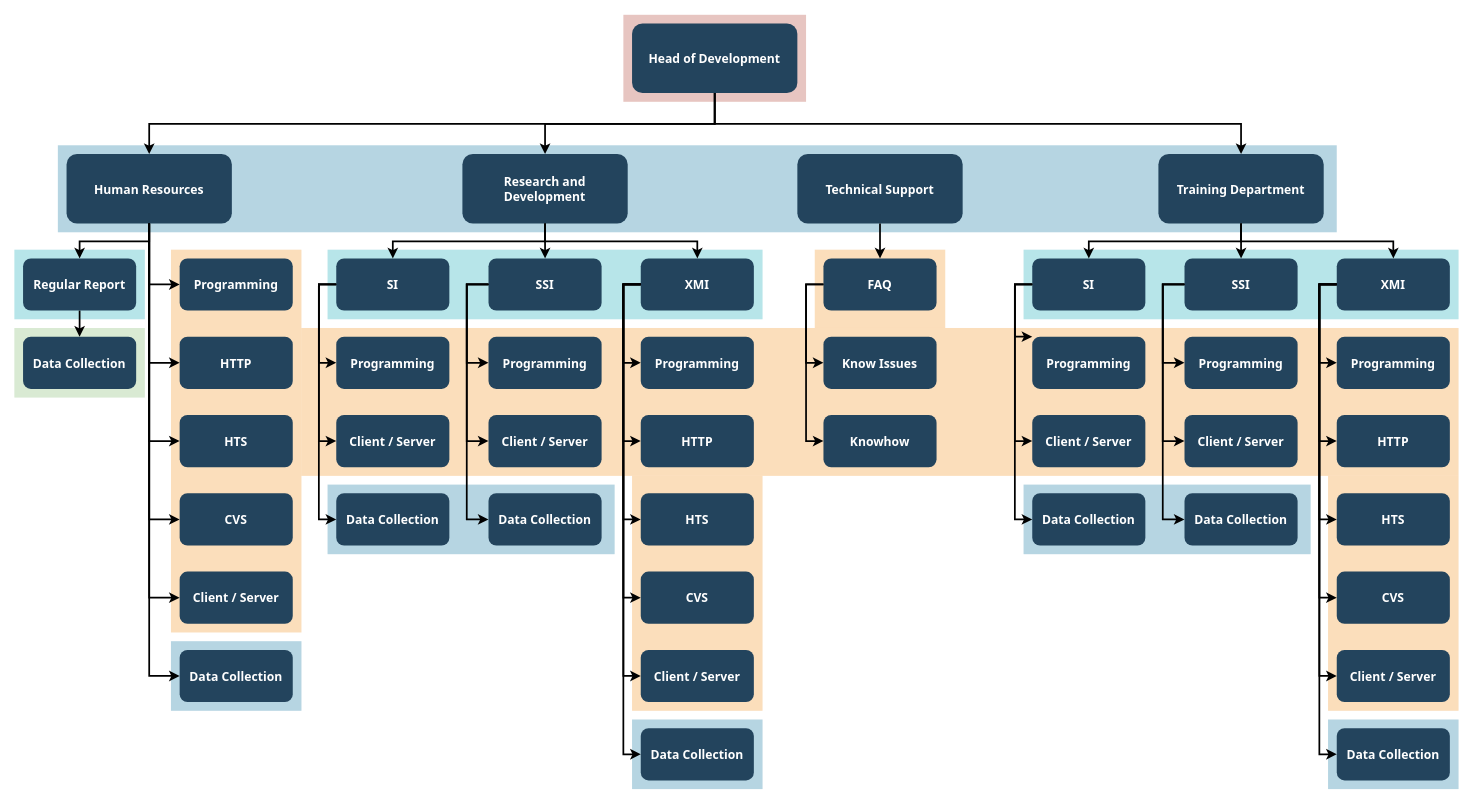
UrsaMinoR3/INSIGHTS keeps this draw.io diagram as SalesForce/Untitled Diagram.drawio. Above is the earlier version. Source tidied: cells renumbered, new cells numbered last; positions are measured from the earlier drawing's top-left corner, leaving out a move shared by most shapes. Both pictures are drawn from the tidied source at 87%, with x=0, y=0 at pixel (14, 15).
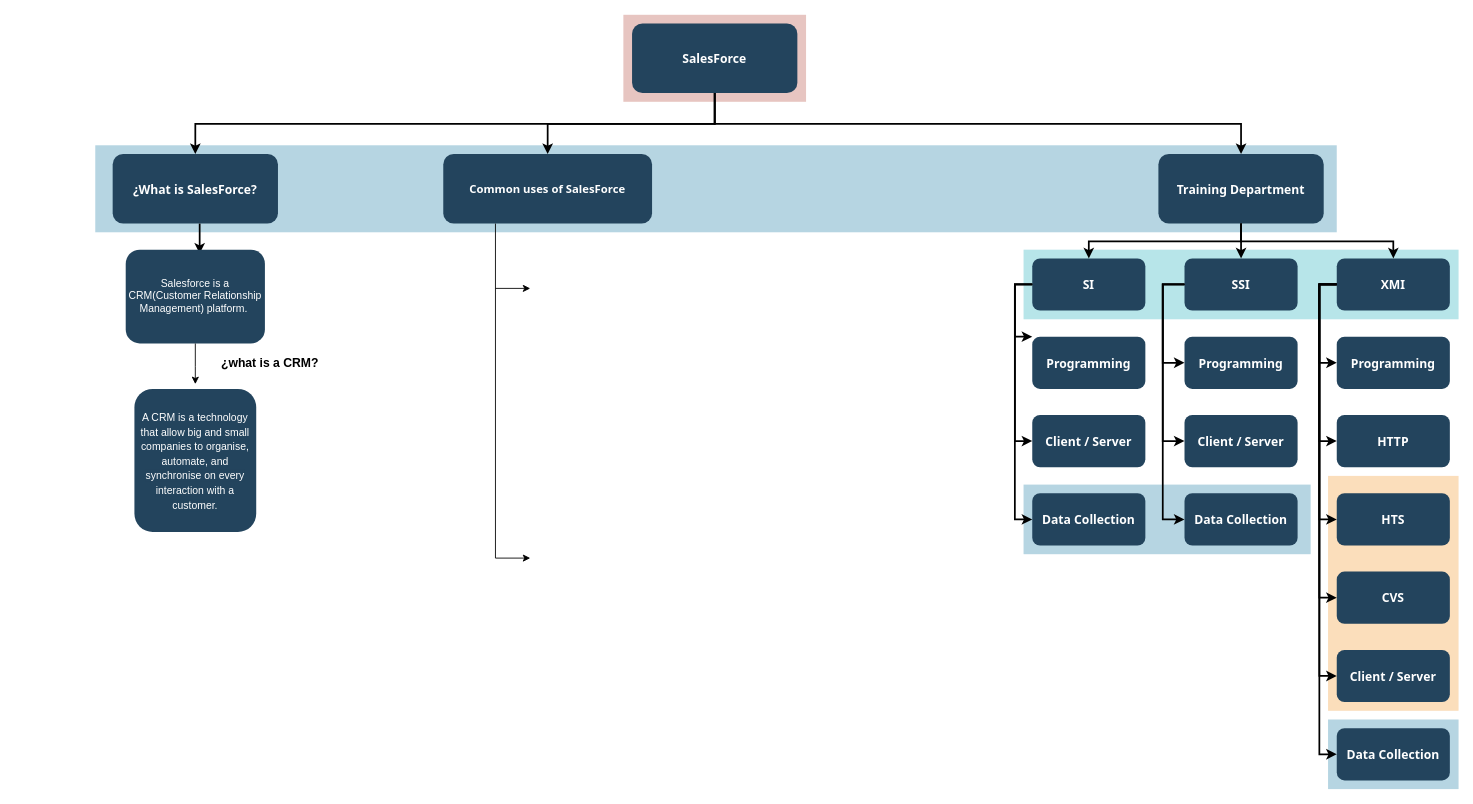
The same page after the edit.

Diff of the diagram source:
```diff
@@
     <mxCell id="3" style="fillColor=#10739E;strokeColor=none;opacity=30;" parent="1" vertex="1">
-      <mxGeometry x="50" y="149.5" width="1470" height="100" as="geometry" />
+      <mxGeometry x="93" y="149.5" width="1427" height="100" as="geometry" />
     </mxCell>
@@
-    <mxCell id="5" style="fillColor=#F2931E;strokeColor=none;opacity=30;" parent="1" vertex="1">
-      <mxGeometry x="920" y="269.5" width="150" height="90" as="geometry" />
-    </mxCell>
-    <mxCell id="6" style="fillColor=#F2931E;strokeColor=none;opacity=30;" parent="1" vertex="1">
-      <mxGeometry x="710" y="529.5" width="150" height="270" as="geometry" />
-    </mxCell>
-    <mxCell id="7" style="fillColor=#F2931E;strokeColor=none;opacity=30;" parent="1" vertex="1">
-      <mxGeometry x="180" y="269.5" width="150" height="440" as="geometry" />
-    </mxCell>
-    <mxCell id="8" style="fillColor=#F2931E;strokeColor=none;opacity=30;" parent="1" vertex="1">
-      <mxGeometry x="330" y="359.5" width="1330" height="170" as="geometry" />
-    </mxCell>
@@
-    <mxCell id="11" style="fillColor=#10739E;strokeColor=none;opacity=30;" parent="1" vertex="1">
-      <mxGeometry x="710" y="809.5" width="150" height="80" as="geometry" />
-    </mxCell>
-    <mxCell id="12" style="fillColor=#10739E;strokeColor=none;opacity=30;" parent="1" vertex="1">
-      <mxGeometry x="360" y="539.5" width="330" height="80" as="geometry" />
-    </mxCell>
-    <mxCell id="13" style="fillColor=#10739E;strokeColor=none;opacity=30;" parent="1" vertex="1">
-      <mxGeometry x="180" y="719.5" width="150" height="80" as="geometry" />
-    </mxCell>
-    <mxCell id="14" style="fillColor=#D9EAD3;strokeColor=none;" parent="1" vertex="1">
-      <mxGeometry y="359.5" width="150" height="80" as="geometry" />
-    </mxCell>
@@
-    <mxCell id="16" style="fillColor=#12AAB5;strokeColor=none;opacity=30;" parent="1" vertex="1">
-      <mxGeometry x="360" y="269.5" width="500" height="80" as="geometry" />
-    </mxCell>
-    <mxCell id="17" style="fillColor=#12AAB5;strokeColor=none;opacity=30;" parent="1" vertex="1">
-      <mxGeometry y="269.5" width="150" height="80" as="geometry" />
-    </mxCell>
-    <mxCell id="18" value="Head of Development" style="rounded=1;fillColor=#23445D;gradientColor=none;strokeColor=none;fontColor=#FFFFFF;fontStyle=1;fontFamily=Tahoma;fontSize=14;" parent="1" vertex="1">
+    <mxCell id="18" value="SalesForce" style="rounded=1;fillColor=#23445D;gradientColor=none;strokeColor=none;fontColor=#FFFFFF;fontStyle=1;fontFamily=Tahoma;fontSize=14;" parent="1" vertex="1">
       <mxGeometry x="710" y="9.5" width="190" height="80" as="geometry" />
     </mxCell>
@@
-    <mxCell id="21" value="Technical Support" style="rounded=1;fillColor=#23445D;gradientColor=none;strokeColor=none;fontColor=#FFFFFF;fontStyle=1;fontFamily=Tahoma;fontSize=14;" parent="1" vertex="1">
-      <mxGeometry x="900" y="159.5" width="190" height="80" as="geometry" />
-    </mxCell>
-    <mxCell id="22" value="Research and &#10;Development" style="rounded=1;fillColor=#23445D;gradientColor=none;strokeColor=none;fontColor=#FFFFFF;fontStyle=1;fontFamily=Tahoma;fontSize=14;" parent="1" vertex="1">
-      <mxGeometry x="515" y="159.5" width="190" height="80" as="geometry" />
+    <mxCell id="22" value="Common uses of SalesForce" style="rounded=1;fillColor=#23445D;gradientColor=none;strokeColor=none;fontColor=#FFFFFF;fontStyle=1;fontFamily=Tahoma;fontSize=13;" parent="1" vertex="1">
+      <mxGeometry x="493" y="159.5" width="240" height="80" as="geometry" />
     </mxCell>
-    <mxCell id="23" value="Human Resources" style="rounded=1;fillColor=#23445D;gradientColor=none;strokeColor=none;fontColor=#FFFFFF;fontStyle=1;fontFamily=Tahoma;fontSize=14;" parent="1" vertex="1">
-      <mxGeometry x="60" y="159.5" width="190" height="80" as="geometry" />
+    <mxCell id="23" value="¿What is SalesForce?" style="rounded=1;fillColor=#23445D;gradientColor=none;strokeColor=none;fontColor=#FFFFFF;fontStyle=1;fontFamily=Tahoma;fontSize=14;" parent="1" vertex="1">
+      <mxGeometry x="113" y="159.5" width="190" height="80" as="geometry" />
     </mxCell>
-    <mxCell id="24" value="Regular Report" style="rounded=1;fillColor=#23445D;gradientColor=none;strokeColor=none;fontColor=#FFFFFF;fontStyle=1;fontFamily=Tahoma;fontSize=14;" parent="1" vertex="1">
-      <mxGeometry x="10" y="279.5" width="130" height="60" as="geometry" />
-    </mxCell>
-    <mxCell id="25" value="Data Collection" style="rounded=1;fillColor=#23445D;gradientColor=none;strokeColor=none;fontColor=#FFFFFF;fontStyle=1;fontFamily=Tahoma;fontSize=14;" parent="1" vertex="1">
-      <mxGeometry x="10" y="369.5" width="130" height="60" as="geometry" />
-    </mxCell>
-    <mxCell id="26" value="Programming" style="rounded=1;fillColor=#23445D;gradientColor=none;strokeColor=none;fontColor=#FFFFFF;fontStyle=1;fontFamily=Tahoma;fontSize=14;" parent="1" vertex="1">
-      <mxGeometry x="190" y="279.5" width="130" height="60" as="geometry" />
-    </mxCell>
-    <mxCell id="27" value="HTTP" style="rounded=1;fillColor=#23445D;gradientColor=none;strokeColor=none;fontColor=#FFFFFF;fontStyle=1;fontFamily=Tahoma;fontSize=14;" parent="1" vertex="1">
-      <mxGeometry x="190" y="369.5" width="130" height="60" as="geometry" />
-    </mxCell>
-    <mxCell id="28" value="HTS" style="rounded=1;fillColor=#23445D;gradientColor=none;strokeColor=none;fontColor=#FFFFFF;fontStyle=1;fontFamily=Tahoma;fontSize=14;" parent="1" vertex="1">
-      <mxGeometry x="190" y="459.5" width="130" height="60" as="geometry" />
-    </mxCell>
-    <mxCell id="29" value="CVS" style="rounded=1;fillColor=#23445D;gradientColor=none;strokeColor=none;fontColor=#FFFFFF;fontStyle=1;fontFamily=Tahoma;fontSize=14;" parent="1" vertex="1">
-      <mxGeometry x="190" y="549.5" width="130" height="60" as="geometry" />
-    </mxCell>
-    <mxCell id="30" value="Client / Server" style="rounded=1;fillColor=#23445D;gradientColor=none;strokeColor=none;fontColor=#FFFFFF;fontStyle=1;fontFamily=Tahoma;fontSize=14;" parent="1" vertex="1">
-      <mxGeometry x="190" y="639.5" width="130" height="60" as="geometry" />
-    </mxCell>
-    <mxCell id="31" value="Data Collection" style="rounded=1;fillColor=#23445D;gradientColor=none;strokeColor=none;fontColor=#FFFFFF;fontStyle=1;fontFamily=Tahoma;fontSize=14;" parent="1" vertex="1">
-      <mxGeometry x="190" y="729.5" width="130" height="60" as="geometry" />
-    </mxCell>
-    <mxCell id="32" value="SI" style="rounded=1;fillColor=#23445D;gradientColor=none;strokeColor=none;fontColor=#FFFFFF;fontStyle=1;fontFamily=Tahoma;fontSize=14;" parent="1" vertex="1">
-      <mxGeometry x="370" y="279.5" width="130" height="60" as="geometry" />
-    </mxCell>
-    <mxCell id="33" value="Programming" style="rounded=1;fillColor=#23445D;gradientColor=none;strokeColor=none;fontColor=#FFFFFF;fontStyle=1;fontFamily=Tahoma;fontSize=14;" parent="1" vertex="1">
-      <mxGeometry x="370" y="369.5" width="130" height="60" as="geometry" />
-    </mxCell>
-    <mxCell id="34" value="Client / Server" style="rounded=1;fillColor=#23445D;gradientColor=none;strokeColor=none;fontColor=#FFFFFF;fontStyle=1;fontFamily=Tahoma;fontSize=14;" parent="1" vertex="1">
-      <mxGeometry x="370" y="459.5" width="130" height="60" as="geometry" />
-    </mxCell>
-    <mxCell id="35" value="Data Collection" style="rounded=1;fillColor=#23445D;gradientColor=none;strokeColor=none;fontColor=#FFFFFF;fontStyle=1;fontFamily=Tahoma;fontSize=14;" parent="1" vertex="1">
-      <mxGeometry x="370" y="549.5" width="130" height="60" as="geometry" />
-    </mxCell>
-    <mxCell id="36" value="SSI" style="rounded=1;fillColor=#23445D;gradientColor=none;strokeColor=none;fontColor=#FFFFFF;fontStyle=1;fontFamily=Tahoma;fontSize=14;" parent="1" vertex="1">
-      <mxGeometry x="545" y="279.5" width="130" height="60" as="geometry" />
-    </mxCell>
-    <mxCell id="37" value="Programming" style="rounded=1;fillColor=#23445D;gradientColor=none;strokeColor=none;fontColor=#FFFFFF;fontStyle=1;fontFamily=Tahoma;fontSize=14;" parent="1" vertex="1">
-      <mxGeometry x="545" y="369.5" width="130" height="60" as="geometry" />
-    </mxCell>
-    <mxCell id="38" value="Client / Server" style="rounded=1;fillColor=#23445D;gradientColor=none;strokeColor=none;fontColor=#FFFFFF;fontStyle=1;fontFamily=Tahoma;fontSize=14;" parent="1" vertex="1">
-      <mxGeometry x="545" y="459.5" width="130" height="60" as="geometry" />
-    </mxCell>
-    <mxCell id="39" value="Data Collection" style="rounded=1;fillColor=#23445D;gradientColor=none;strokeColor=none;fontColor=#FFFFFF;fontStyle=1;fontFamily=Tahoma;fontSize=14;" parent="1" vertex="1">
-      <mxGeometry x="545" y="549.5" width="130" height="60" as="geometry" />
-    </mxCell>
-    <mxCell id="40" value="XMI" style="rounded=1;fillColor=#23445D;gradientColor=none;strokeColor=none;fontColor=#FFFFFF;fontStyle=1;fontFamily=Tahoma;fontSize=14;" parent="1" vertex="1">
-      <mxGeometry x="720" y="279.5" width="130" height="60" as="geometry" />
-    </mxCell>
-    <mxCell id="41" value="Programming" style="rounded=1;fillColor=#23445D;gradientColor=none;strokeColor=none;fontColor=#FFFFFF;fontStyle=1;fontFamily=Tahoma;fontSize=14;" parent="1" vertex="1">
-      <mxGeometry x="720" y="369.5" width="130" height="60" as="geometry" />
-    </mxCell>
-    <mxCell id="42" value="HTTP" style="rounded=1;fillColor=#23445D;gradientColor=none;strokeColor=none;fontColor=#FFFFFF;fontStyle=1;fontFamily=Tahoma;fontSize=14;" parent="1" vertex="1">
-      <mxGeometry x="720" y="459.5" width="130" height="60" as="geometry" />
-    </mxCell>
-    <mxCell id="43" value="HTS" style="rounded=1;fillColor=#23445D;gradientColor=none;strokeColor=none;fontColor=#FFFFFF;fontStyle=1;fontFamily=Tahoma;fontSize=14;" parent="1" vertex="1">
-      <mxGeometry x="720" y="549.5" width="130" height="60" as="geometry" />
-    </mxCell>
-    <mxCell id="44" value="CVS" style="rounded=1;fillColor=#23445D;gradientColor=none;strokeColor=none;fontColor=#FFFFFF;fontStyle=1;fontFamily=Tahoma;fontSize=14;" parent="1" vertex="1">
-      <mxGeometry x="720" y="639.5" width="130" height="60" as="geometry" />
-    </mxCell>
-    <mxCell id="45" value="Client / Server" style="rounded=1;fillColor=#23445D;gradientColor=none;strokeColor=none;fontColor=#FFFFFF;fontStyle=1;fontFamily=Tahoma;fontSize=14;" parent="1" vertex="1">
-      <mxGeometry x="720" y="729.5" width="130" height="60" as="geometry" />
-    </mxCell>
-    <mxCell id="46" value="Data Collection" style="rounded=1;fillColor=#23445D;gradientColor=none;strokeColor=none;fontColor=#FFFFFF;fontStyle=1;fontFamily=Tahoma;fontSize=14;" parent="1" vertex="1">
-      <mxGeometry x="720" y="819.5" width="130" height="60" as="geometry" />
-    </mxCell>
-    <mxCell id="47" value="FAQ" style="rounded=1;fillColor=#23445D;gradientColor=none;strokeColor=none;fontColor=#FFFFFF;fontStyle=1;fontFamily=Tahoma;fontSize=14;" parent="1" vertex="1">
-      <mxGeometry x="930" y="279.5" width="130" height="60" as="geometry" />
-    </mxCell>
-    <mxCell id="48" value="Know Issues" style="rounded=1;fillColor=#23445D;gradientColor=none;strokeColor=none;fontColor=#FFFFFF;fontStyle=1;fontFamily=Tahoma;fontSize=14;" parent="1" vertex="1">
-      <mxGeometry x="930" y="369.5" width="130" height="60" as="geometry" />
-    </mxCell>
-    <mxCell id="49" value="Knowhow" style="rounded=1;fillColor=#23445D;gradientColor=none;strokeColor=none;fontColor=#FFFFFF;fontStyle=1;fontFamily=Tahoma;fontSize=14;" parent="1" vertex="1">
-      <mxGeometry x="930" y="459.5" width="130" height="60" as="geometry" />
-    </mxCell>
@@
-    <mxCell id="67" style="edgeStyle=elbowEdgeStyle;elbow=vertical;strokeWidth=2;rounded=0;" parent="1" edge="1" source="23" target="24">
-      <mxGeometry x="-23" y="135.5" as="geometry" />
+    <mxCell id="67" style="edgeStyle=elbowEdgeStyle;elbow=vertical;strokeWidth=2;rounded=0;" parent="1" edge="1" source="23">
+      <mxGeometry x="-23" y="135.5" as="geometry">
+        <mxPoint x="213" y="274" as="targetPoint" />
+        <Array as="points">
+          <mxPoint x="213" y="264" />
+          <mxPoint x="155" y="264" />
+        </Array>
+      </mxGeometry>
     </mxCell>
-    <mxCell id="68" style="edgeStyle=elbowEdgeStyle;elbow=horizontal;strokeWidth=2;rounded=0;" parent="1" edge="1" source="23" target="26">
-      <mxGeometry x="-23" y="135.5" as="geometry">
-        <Array as="points">
-          <mxPoint x="155" y="259.5" />
-        </Array>
-      </mxGeometry>
-    </mxCell>
-    <mxCell id="69" style="edgeStyle=elbowEdgeStyle;elbow=horizontal;strokeWidth=2;rounded=0;" parent="1" edge="1" source="23" target="27">
-      <mxGeometry x="-23" y="135.5" as="geometry">
-        <Array as="points">
-          <mxPoint x="155" y="299.5" />
-        </Array>
-      </mxGeometry>
-    </mxCell>
-    <mxCell id="70" style="edgeStyle=elbowEdgeStyle;elbow=horizontal;strokeWidth=2;rounded=0;" parent="1" edge="1" source="23" target="28">
-      <mxGeometry x="-23" y="135.5" as="geometry">
-        <Array as="points">
-          <mxPoint x="155" y="349.5" />
-        </Array>
-      </mxGeometry>
-    </mxCell>
-    <mxCell id="71" style="edgeStyle=elbowEdgeStyle;elbow=horizontal;strokeWidth=2;rounded=0;" parent="1" edge="1" source="23" target="29">
-      <mxGeometry x="-23" y="135.5" as="geometry">
-        <Array as="points">
-          <mxPoint x="155" y="399.5" />
-        </Array>
-      </mxGeometry>
-    </mxCell>
-    <mxCell id="72" style="edgeStyle=elbowEdgeStyle;elbow=horizontal;strokeWidth=2;rounded=0;" parent="1" edge="1" source="23" target="30">
-      <mxGeometry x="-23" y="135.5" as="geometry">
-        <Array as="points">
-          <mxPoint x="155" y="439.5" />
-        </Array>
-      </mxGeometry>
-    </mxCell>
-    <mxCell id="73" style="edgeStyle=elbowEdgeStyle;elbow=horizontal;strokeWidth=2;rounded=0;" parent="1" edge="1" source="23" target="31">
-      <mxGeometry x="-23" y="135.5" as="geometry">
-        <Array as="points">
-          <mxPoint x="155" y="489.5" />
-        </Array>
-      </mxGeometry>
-    </mxCell>
-    <mxCell id="74" style="edgeStyle=elbowEdgeStyle;elbow=horizontal;strokeWidth=2;rounded=0;" parent="1" edge="1" source="32" target="33">
-      <mxGeometry x="-23" y="135.5" as="geometry">
-        <Array as="points">
-          <mxPoint x="350" y="359.5" />
-        </Array>
-      </mxGeometry>
-    </mxCell>
-    <mxCell id="75" style="edgeStyle=elbowEdgeStyle;elbow=horizontal;strokeWidth=2;rounded=0;" parent="1" edge="1" source="32" target="34">
-      <mxGeometry x="-23" y="135.5" as="geometry">
-        <Array as="points">
-          <mxPoint x="350" y="399.5" />
-        </Array>
-      </mxGeometry>
-    </mxCell>
-    <mxCell id="76" style="edgeStyle=elbowEdgeStyle;elbow=horizontal;strokeWidth=2;rounded=0;" parent="1" edge="1" source="32" target="35">
-      <mxGeometry x="-23" y="135.5" as="geometry">
-        <Array as="points">
-          <mxPoint x="350" y="439.5" />
-        </Array>
-      </mxGeometry>
-    </mxCell>
-    <mxCell id="77" style="edgeStyle=elbowEdgeStyle;elbow=horizontal;strokeWidth=2;rounded=0;" parent="1" edge="1" source="36" target="37">
-      <mxGeometry x="-23" y="135.5" as="geometry">
-        <Array as="points">
-          <mxPoint x="520" y="359.5" />
-        </Array>
-      </mxGeometry>
-    </mxCell>
-    <mxCell id="78" style="edgeStyle=elbowEdgeStyle;elbow=horizontal;strokeWidth=2;rounded=0;" parent="1" edge="1" source="36" target="38">
-      <mxGeometry x="-23" y="135.5" as="geometry">
-        <Array as="points">
-          <mxPoint x="520" y="399.5" />
-        </Array>
-      </mxGeometry>
-    </mxCell>
-    <mxCell id="79" style="edgeStyle=elbowEdgeStyle;elbow=horizontal;strokeWidth=2;rounded=0;" parent="1" edge="1" source="36" target="39">
-      <mxGeometry x="-23" y="135.5" as="geometry">
-        <Array as="points">
-          <mxPoint x="520" y="439.5" />
-        </Array>
-      </mxGeometry>
-    </mxCell>
-    <mxCell id="80" style="edgeStyle=elbowEdgeStyle;elbow=horizontal;strokeWidth=2;rounded=0;" parent="1" edge="1" source="40" target="41">
-      <mxGeometry x="-23" y="135.5" as="geometry">
-        <Array as="points">
-          <mxPoint x="700" y="359.5" />
-        </Array>
-      </mxGeometry>
-    </mxCell>
-    <mxCell id="81" style="edgeStyle=elbowEdgeStyle;elbow=horizontal;strokeWidth=2;rounded=0;" parent="1" edge="1" source="40" target="42">
-      <mxGeometry x="-23" y="135.5" as="geometry">
-        <Array as="points">
-          <mxPoint x="700" y="399.5" />
-        </Array>
-      </mxGeometry>
-    </mxCell>
-    <mxCell id="82" style="edgeStyle=elbowEdgeStyle;elbow=horizontal;strokeWidth=2;rounded=0;" parent="1" edge="1" source="40" target="43">
-      <mxGeometry x="-23" y="135.5" as="geometry">
-        <Array as="points">
-          <mxPoint x="700" y="449.5" />
-        </Array>
-      </mxGeometry>
-    </mxCell>
-    <mxCell id="83" style="edgeStyle=elbowEdgeStyle;elbow=horizontal;strokeWidth=2;rounded=0;" parent="1" edge="1" source="40" target="44">
-      <mxGeometry x="-23" y="135.5" as="geometry">
-        <Array as="points">
-          <mxPoint x="700" y="489.5" />
-        </Array>
-      </mxGeometry>
-    </mxCell>
-    <mxCell id="84" style="edgeStyle=elbowEdgeStyle;elbow=horizontal;strokeWidth=2;rounded=0;" parent="1" edge="1" source="40" target="45">
-      <mxGeometry x="-23" y="135.5" as="geometry">
-        <Array as="points">
-          <mxPoint x="700" y="529.5" />
-        </Array>
-      </mxGeometry>
-    </mxCell>
-    <mxCell id="85" style="edgeStyle=elbowEdgeStyle;elbow=horizontal;strokeWidth=2;rounded=0;" parent="1" edge="1" source="40" target="46">
-      <mxGeometry x="-23" y="135.5" as="geometry">
-        <Array as="points">
-          <mxPoint x="700" y="579.5" />
-        </Array>
-      </mxGeometry>
-    </mxCell>
-    <mxCell id="86" style="edgeStyle=elbowEdgeStyle;elbow=horizontal;strokeWidth=2;rounded=0;" parent="1" edge="1" source="47" target="48">
-      <mxGeometry x="-23" y="135.5" as="geometry">
-        <Array as="points">
-          <mxPoint x="910" y="359.5" />
-        </Array>
-      </mxGeometry>
-    </mxCell>
-    <mxCell id="87" style="edgeStyle=elbowEdgeStyle;elbow=horizontal;strokeWidth=2;rounded=0;" parent="1" edge="1" source="47" target="49">
-      <mxGeometry x="-23" y="135.5" as="geometry">
-        <Array as="points">
-          <mxPoint x="910" y="409.5" />
-        </Array>
-      </mxGeometry>
-    </mxCell>
@@
-    <mxCell id="100" style="edgeStyle=elbowEdgeStyle;elbow=vertical;strokeWidth=2;rounded=0;" parent="1" edge="1" source="22" target="32">
-      <mxGeometry x="-23" y="135.5" as="geometry" />
-    </mxCell>
-    <mxCell id="101" style="edgeStyle=elbowEdgeStyle;elbow=vertical;strokeWidth=2;rounded=0;" parent="1" edge="1" source="22" target="36">
-      <mxGeometry x="-23" y="135.5" as="geometry" />
-    </mxCell>
-    <mxCell id="102" style="edgeStyle=elbowEdgeStyle;elbow=vertical;strokeWidth=2;rounded=0;" parent="1" edge="1" source="22" target="40">
-      <mxGeometry x="-23" y="135.5" as="geometry" />
-    </mxCell>
-    <mxCell id="103" style="edgeStyle=elbowEdgeStyle;elbow=vertical;strokeWidth=2;rounded=0;" parent="1" edge="1" source="21" target="47">
-      <mxGeometry x="-23" y="135.5" as="geometry" />
-    </mxCell>
@@
-    <mxCell id="107" style="edgeStyle=elbowEdgeStyle;elbow=vertical;rounded=0;strokeWidth=2;" parent="1" edge="1" source="24" target="25">
-      <mxGeometry x="-23" y="135.5" as="geometry" />
-    </mxCell>
+    <mxCell id="108" value="Salesforce is a CRM(Customer Relationship Management) platform.&amp;nbsp;" style="rounded=1;whiteSpace=wrap;html=1;fillColor=#23445D;fontColor=#ffffff;strokeColor=none;" parent="1" vertex="1">
+      <mxGeometry x="128" y="269.5" width="160" height="107.8" as="geometry" />
+    </mxCell>
+    <mxCell id="109" style="endArrow=classic;html=1;rounded=0;exitX=0.5;exitY=1;exitDx=0;exitDy=0;" parent="1" edge="1" source="108">
+      <mxGeometry relative="1" as="geometry">
+        <mxPoint x="208" y="424" as="targetPoint" />
+        <Array as="points">
+          <mxPoint x="208" y="404" />
+        </Array>
+      </mxGeometry>
+    </mxCell>
+    <mxCell id="110" value="&lt;h1&gt;&lt;font style=&quot;font-size: 14px&quot;&gt;¿what is a CRM?&lt;/font&gt;&lt;/h1&gt;" style="text;html=1;strokeColor=none;fillColor=none;spacing=5;spacingTop=-20;whiteSpace=wrap;overflow=hidden;rounded=0;opacity=30;" parent="1" vertex="1">
+      <mxGeometry x="233" y="377.2" width="130" height="35.5" as="geometry" />
+    </mxCell>
+    <mxCell id="111" value="&lt;font style=&quot;font-size: 12px&quot;&gt;&lt;font color=&quot;#ffffff&quot; style=&quot;font-size: 12px&quot;&gt;A CRM is a technology that allow big and small companies&amp;nbsp;&lt;/font&gt;&lt;span style=&quot;font-family: &amp;#34;arial&amp;#34; , sans-serif ; background-color: rgb(35 , 68 , 93)&quot;&gt;&lt;font color=&quot;#ffffff&quot; style=&quot;font-size: 12px&quot;&gt;to organise, automate, and synchronise on every interaction with a customer.&lt;/font&gt;&lt;/span&gt;&lt;/font&gt;" style="rounded=1;whiteSpace=wrap;html=1;fontSize=14;strokeColor=none;fillColor=#23445D;align=center;" parent="1" vertex="1">
+      <mxGeometry x="138" y="429.5" width="140" height="164.5" as="geometry" />
+    </mxCell>
+    <mxCell id="112" style="endArrow=classic;html=1;rounded=0;fontSize=13;fontColor=#FFFFFF;exitX=0.25;exitY=1;exitDx=0;exitDy=0;" parent="1" edge="1" source="22">
+      <mxGeometry relative="1" as="geometry">
+        <mxPoint x="593" y="624" as="targetPoint" />
+        <Array as="points">
+          <mxPoint x="553" y="624" />
+        </Array>
+      </mxGeometry>
+    </mxCell>
+    <mxCell id="113" style="endArrow=classic;html=1;rounded=0;fontSize=13;fontColor=#FFFFFF;" parent="1" edge="1">
+      <mxGeometry relative="1" as="geometry">
+        <mxPoint x="553" y="314" as="sourcePoint" />
+        <mxPoint x="593" y="314" as="targetPoint" />
+      </mxGeometry>
+    </mxCell>
```
